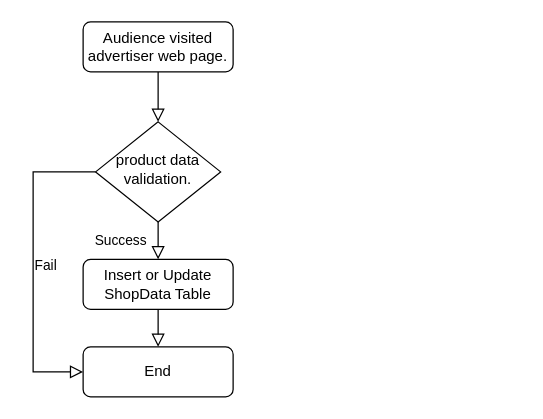
The draw.io diagram 상품 랜딩 검증 프로세스.drawio in BaekSeungJo/Diagram, before the edit. Source tidied: cells renumbered, new cells numbered last; positions are measured from the earlier drawing's top-left corner, leaving out a move shared by most shapes. Both pictures are drawn from the tidied source at 125%, with x=0, y=0 at pixel (32, 21).
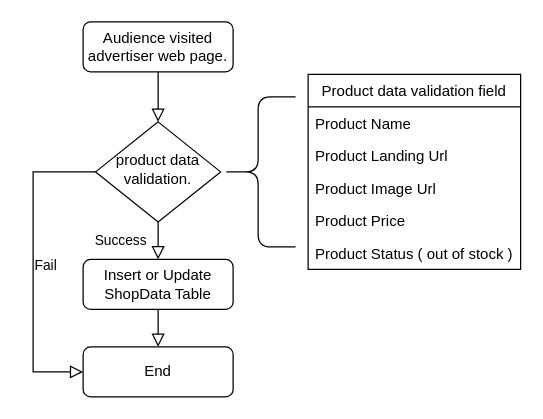
The same diagram, later.

Commit message (it also covers changes not shown here):
상품 랜딩 검증 프로세스.drawio 업데이트

Diff of the diagram source:
```diff
@@
 <mxGraphModel>
   <root>
     <mxCell id="0" />
     <mxCell id="1" parent="0" />
     <mxCell id="2" style="rounded=0;html=1;jettySize=auto;fontSize=11;endArrow=block;endFill=0;endSize=8;strokeWidth=1;shadow=0;labelBackgroundColor=none;edgeStyle=orthogonalEdgeStyle;" parent="1" edge="1" source="3" target="6">
       <mxGeometry relative="1" as="geometry" />
     </mxCell>
     <mxCell id="3" value="Audience visited advertiser web page." style="rounded=1;whiteSpace=wrap;html=1;fontSize=12;glass=0;strokeWidth=1;shadow=0;" parent="1" vertex="1">
       <mxGeometry x="40" width="120" height="40" as="geometry" />
     </mxCell>
     <mxCell id="4" value="Success" style="rounded=0;html=1;jettySize=auto;fontSize=11;endArrow=block;endFill=0;endSize=8;strokeWidth=1;shadow=0;labelBackgroundColor=none;edgeStyle=orthogonalEdgeStyle;entryX=0.5;entryY=0;entryDx=0;entryDy=0;" parent="1" edge="1" source="6" target="8">
       <mxGeometry y="30" relative="1" as="geometry" />
     </mxCell>
     <mxCell id="5" value="Fail" style="edgeStyle=orthogonalEdgeStyle;rounded=0;html=1;jettySize=auto;fontSize=11;endArrow=block;endFill=0;endSize=8;strokeWidth=1;shadow=0;labelBackgroundColor=none;entryX=0;entryY=0.5;entryDx=0;entryDy=0;" parent="1" edge="1" source="6" target="7">
       <mxGeometry y="10" relative="1" as="geometry">
         <Array as="points">
           <mxPoint y="120" />
           <mxPoint y="280" />
         </Array>
       </mxGeometry>
     </mxCell>
     <mxCell id="6" value="product data validation." style="rhombus;whiteSpace=wrap;html=1;shadow=0;fontFamily=Helvetica;fontSize=12;align=center;strokeWidth=1;spacing=6;spacingTop=-4;" parent="1" vertex="1">
       <mxGeometry x="50" y="80" width="100" height="80" as="geometry" />
     </mxCell>
     <mxCell id="7" value="End" style="rounded=1;whiteSpace=wrap;html=1;fontSize=12;glass=0;strokeWidth=1;shadow=0;" parent="1" vertex="1">
       <mxGeometry x="40" y="260" width="120" height="40" as="geometry" />
     </mxCell>
     <mxCell id="8" value="Insert or Update ShopData Table" style="rounded=1;whiteSpace=wrap;html=1;fontSize=12;glass=0;strokeWidth=1;shadow=0;" parent="1" vertex="1">
       <mxGeometry x="40" y="190" width="120" height="40" as="geometry" />
     </mxCell>
     <mxCell id="9" style="rounded=0;html=1;jettySize=auto;fontSize=11;endArrow=block;endFill=0;endSize=8;strokeWidth=1;shadow=0;labelBackgroundColor=none;edgeStyle=orthogonalEdgeStyle;exitX=0.5;exitY=1;exitDx=0;exitDy=0;" parent="1" edge="1" source="8" target="7">
       <mxGeometry relative="1" as="geometry" />
     </mxCell>
+    <mxCell id="10" value="Product data validation field" style="swimlane;fontStyle=0;horizontal=1;startSize=26;fillColor=none;" parent="1" vertex="1">
+      <mxGeometry x="220" y="42" width="170" height="156" as="geometry" />
+    </mxCell>
+    <mxCell id="11" value="Product Name" style="text;strokeColor=none;fillColor=none;align=left;verticalAlign=top;spacingLeft=4;spacingRight=4;overflow=hidden;" parent="10" vertex="1">
+      <mxGeometry y="26" width="170" height="26" as="geometry" />
+    </mxCell>
+    <mxCell id="12" value="Product Landing Url" style="text;strokeColor=none;fillColor=none;align=left;verticalAlign=top;spacingLeft=4;spacingRight=4;overflow=hidden;" parent="10" vertex="1">
+      <mxGeometry y="52" width="170" height="26" as="geometry" />
+    </mxCell>
+    <mxCell id="13" value="Product Image Url" style="text;strokeColor=none;fillColor=none;align=left;verticalAlign=top;spacingLeft=4;spacingRight=4;overflow=hidden;" parent="10" vertex="1">
+      <mxGeometry y="78" width="170" height="26" as="geometry" />
+    </mxCell>
+    <mxCell id="14" value="Product Price" style="text;strokeColor=none;fillColor=none;align=left;verticalAlign=top;spacingLeft=4;spacingRight=4;overflow=hidden;" parent="10" vertex="1">
+      <mxGeometry y="104" width="170" height="26" as="geometry" />
+    </mxCell>
+    <mxCell id="15" value="Product Status ( out of stock )" style="text;strokeColor=none;fillColor=none;align=left;verticalAlign=top;spacingLeft=4;spacingRight=4;overflow=hidden;" parent="10" vertex="1">
+      <mxGeometry y="130" width="170" height="26" as="geometry" />
+    </mxCell>
+    <mxCell id="16" style="shape=curlyBracket;whiteSpace=wrap;html=1;rounded=1;" parent="1" vertex="1">
+      <mxGeometry x="150" y="60" width="60" height="120" as="geometry" />
+    </mxCell>
   </root>
 </mxGraphModel>
```
